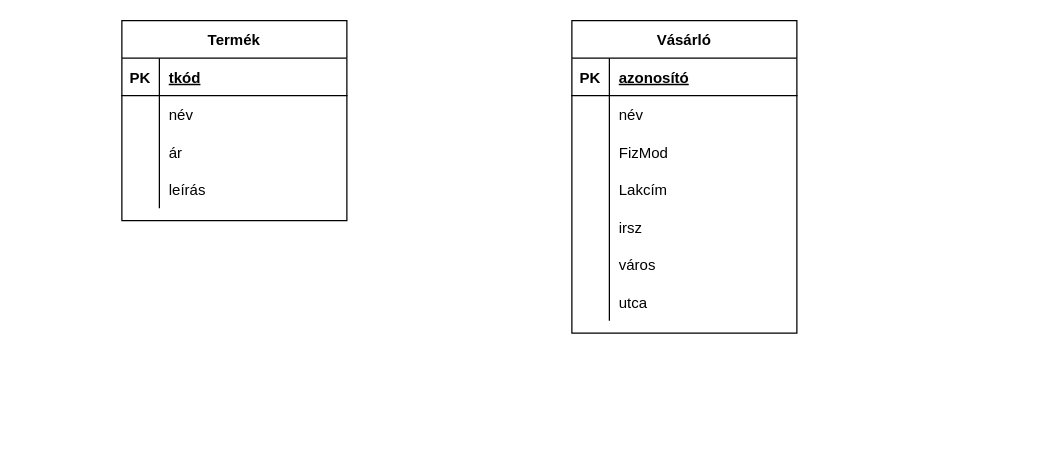
Earlier version of the draw.io diagram HEPMIU_1011/hepmiu_5.1.drawio (urbanoliver/HEPMIU_DB1Gyak). Source tidied: cells renumbered, new cells numbered last; positions are measured from the earlier drawing's top-left corner, leaving out a move shared by most shapes. Both pictures are drawn from the tidied source at 125%, with x=0, y=0 at pixel (121, 20).
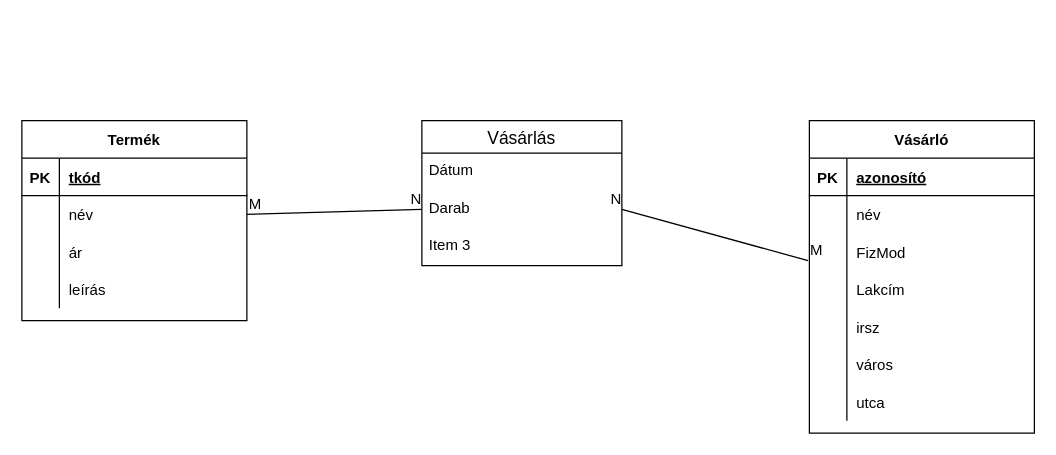
The same diagram, later.

The change refers to these unchanged cells:
```xml
<mxCell id="9" style="shape=tableRow;horizontal=0;startSize=0;swimlaneHead=0;swimlaneBody=0;fillColor=none;points=[[0,0.5],[1,0.5]];portConstraint=eastwest;top=0;left=0;right=0;bottom=0;" parent="2" vertex="1">
  <mxGeometry y="90" width="180" height="30" as="geometry" />
</mxCell>
<mxCell id="28" style="shape=tableRow;horizontal=0;startSize=0;swimlaneHead=0;swimlaneBody=0;fillColor=none;points=[[0,0.5],[1,0.5]];portConstraint=eastwest;top=0;left=0;right=0;bottom=0;" parent="24" vertex="1">
  <mxGeometry y="60" width="180" height="30" as="geometry" />
</mxCell>
```

What changed in the source:
```diff
@@
     <mxCell id="2" value="Vásárló" style="shape=table;startSize=30;childLayout=tableLayout;rowLines=0;fontStyle=1;align=center;" parent="1" vertex="1">
-      <mxGeometry x="360" width="180" height="250" as="geometry" />
+      <mxGeometry x="550" y="80" width="180" height="250" as="geometry" />
     </mxCell>
@@
     <mxCell id="24" value="Termék" style="shape=table;startSize=30;childLayout=tableLayout;rowLines=0;fontStyle=1;align=center;" parent="1" vertex="1">
-      <mxGeometry width="180" height="160" as="geometry" />
+      <mxGeometry x="-80" y="80" width="180" height="160" as="geometry" />
     </mxCell>
@@
+    <mxCell id="37" value="Vásárlás" style="swimlane;fontStyle=0;horizontal=1;startSize=26;align=center;fontSize=14;" parent="1" vertex="1">
+      <mxGeometry x="240" y="80" width="160" height="116" as="geometry" />
+    </mxCell>
+    <mxCell id="38" value="Dátum" style="text;strokeColor=none;fillColor=none;spacingLeft=4;spacingRight=4;overflow=hidden;fontSize=12;" parent="37" vertex="1">
+      <mxGeometry y="26" width="160" height="30" as="geometry" />
+    </mxCell>
+    <mxCell id="39" value="Darab" style="text;strokeColor=none;fillColor=none;spacingLeft=4;spacingRight=4;overflow=hidden;points=[[0,0.5],[1,0.5]];portConstraint=eastwest;fontSize=12;" parent="37" vertex="1">
+      <mxGeometry y="56" width="160" height="30" as="geometry" />
+    </mxCell>
+    <mxCell id="40" value="Item 3" style="text;strokeColor=none;fillColor=none;spacingLeft=4;spacingRight=4;overflow=hidden;fontSize=12;" parent="37" vertex="1">
+      <mxGeometry y="86" width="160" height="30" as="geometry" />
+    </mxCell>
+    <mxCell id="41" style="endArrow=none;html=1;rounded=0;exitX=1;exitY=0.5;exitDx=0;exitDy=0;entryX=0;entryY=0.5;entryDx=0;entryDy=0;" parent="1" edge="1" source="28" target="39">
+      <mxGeometry relative="1" as="geometry" />
+    </mxCell>
+    <mxCell id="42" value="M" style="html=1;align=left;verticalAlign=bottom;" parent="41" vertex="1">
+      <mxGeometry x="-1" relative="1" as="geometry" />
+    </mxCell>
+    <mxCell id="43" value="N" style="html=1;align=right;verticalAlign=bottom;" parent="41" vertex="1">
+      <mxGeometry x="1" relative="1" as="geometry" />
+    </mxCell>
+    <mxCell id="44" style="endArrow=none;html=1;rounded=0;entryX=1;entryY=0.5;entryDx=0;entryDy=0;exitX=-0.006;exitY=0.733;exitDx=0;exitDy=0;exitPerimeter=0;" parent="1" edge="1" source="9" target="39">
+      <mxGeometry relative="1" as="geometry" />
+    </mxCell>
+    <mxCell id="45" value="M" style="html=1;align=left;verticalAlign=bottom;" parent="44" vertex="1">
+      <mxGeometry x="-1" relative="1" as="geometry" />
+    </mxCell>
+    <mxCell id="46" value="N" style="html=1;align=right;verticalAlign=bottom;" parent="44" vertex="1">
+      <mxGeometry x="1" relative="1" as="geometry" />
+    </mxCell>
```
